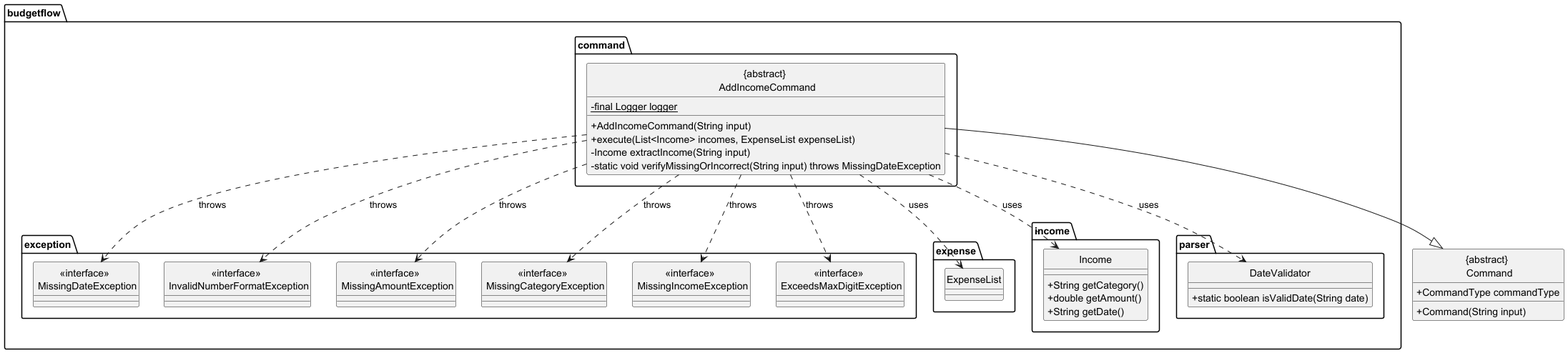
The PlantUML diagram docs/diagrams/add_income_command_class.png in thienkimtranhoang/tp, before a commit.
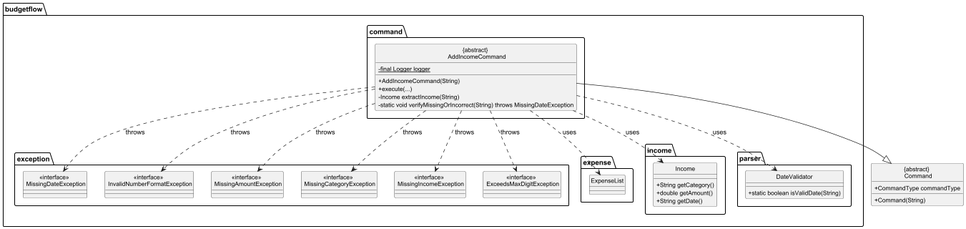
The same diagram one commit later.

What changed in the source:
```diff
@@ -2,15 +2,19 @@
 
 hide circle
 skinparam classAttributeIconSize 0
+skinparam classFontSize 14
+skinparam classHeaderFontSize 16
+skinparam classAttributeFontSize 12
+skinparam classFontName "Arial"
 
 package budgetflow.command {
 
     class "{abstract} \n AddIncomeCommand" {
         - {static} final Logger logger
-        + AddIncomeCommand(String input)
-        + execute(List<Income> incomes, ExpenseList expenseList)
-        - Income extractIncome(String input)
-        - static void verifyMissingOrIncorrect(String input) throws MissingDateException
+        + AddIncomeCommand(String)
+        + execute(...)
+        - Income extractIncome(String)
+        - static void verifyMissingOrIncorrect(String) throws MissingDateException
     }
 }
 
@@ -37,12 +41,12 @@
 
 package budgetflow.parser {
     class DateValidator {
-        + static boolean isValidDate(String date)
+        + static boolean isValidDate(String)
     }
 }
 
 class "{abstract} \n Command" {
-    + Command(String input)
+    + Command(String)
     + CommandType commandType
 }
 
```
